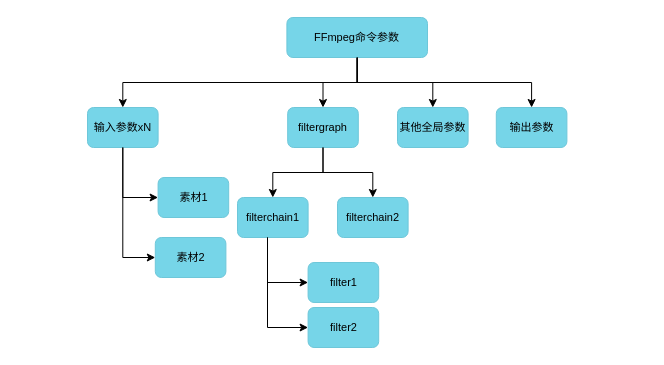
Earlier version of the draw.io diagram step_vue3.drawio (lqt0223/diagrams). Source tidied: cells renumbered, new cells numbered last; positions are measured from the earlier drawing's top-left corner, leaving out a move shared by most shapes. Both pictures are drawn from the tidied source at 100%, with x=0, y=0 at pixel (17, 17).
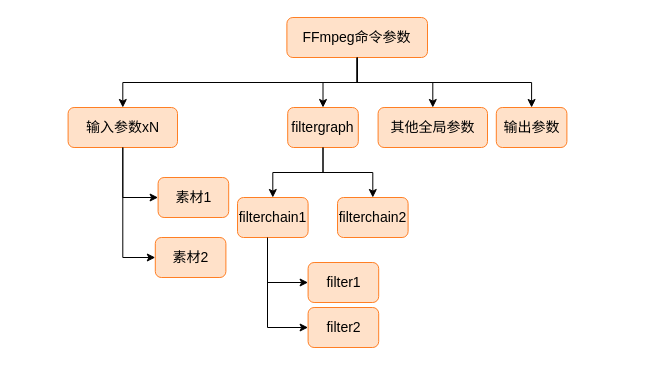
The same page after the edit.

What changed in the source:
```diff
@@
-    <mxCell id="2" style="group;fontSize=11;" parent="1" vertex="1">
-      <mxGeometry width="630" height="310" as="geometry" />
-    </mxCell>
+    <mxCell id="22" value="filter2" style="whiteSpace=wrap;html=1;strokeWidth=1;rounded=1;fillColor=#FFE1C9;fontSize=14;strokeColor=#FF7F24;" parent="1" vertex="1">
+      <mxGeometry x="290.6" y="290" width="70.6" height="40" as="geometry" />
+    </mxCell>
+    <mxCell id="23" style="edgeStyle=elbowEdgeStyle;elbow=vertical;html=1;rounded=0;curved=0;sourcePerimeterSpacing=0;targetPerimeterSpacing=0;startSize=6;endSize=6;strokeWidth=1;fontSize=14;" parent="1" edge="1" source="13" target="22">
+      <mxGeometry relative="1" as="geometry">
+        <Array as="points">
+          <mxPoint x="250" y="310" />
+        </Array>
+      </mxGeometry>
+    </mxCell>
-    <mxCell id="3" style="edgeStyle=orthogonalEdgeStyle;rounded=0;jettySize=auto;html=1;exitX=0.5;exitY=1;exitDx=0;exitDy=0;entryX=0.5;entryY=0;entryDx=0;entryDy=0;" parent="2" edge="1" source="4" target="7">
+    <mxCell id="3" style="edgeStyle=orthogonalEdgeStyle;rounded=0;jettySize=auto;html=1;exitX=0.5;exitY=1;exitDx=0;exitDy=0;entryX=0.5;entryY=0;entryDx=0;entryDy=0;fontSize=14;" parent="1" edge="1" source="4" target="7">
       <mxGeometry relative="1" as="geometry" />
     </mxCell>
-    <mxCell id="4" value="FFmpeg命令参数" style="whiteSpace=wrap;html=1;strokeWidth=1;rounded=1;fillColor=#76d5e8;fontSize=11;strokeColor=#6EC7D9;" parent="2" vertex="1">
+    <mxCell id="4" value="FFmpeg命令参数" style="whiteSpace=wrap;html=1;strokeWidth=1;rounded=1;fillColor=#FFE1C9;fontSize=14;strokeColor=#FF7F24;" parent="1" vertex="1">
       <mxGeometry x="269.4" width="140.6" height="40" as="geometry" />
     </mxCell>
-    <mxCell id="5" value="输入参数xN" style="whiteSpace=wrap;html=1;strokeWidth=1;rounded=1;fillColor=#76d5e8;fontSize=11;strokeColor=#6EC7D9;" parent="2" vertex="1">
-      <mxGeometry x="70" y="90" width="70.6" height="40" as="geometry" />
+    <mxCell id="5" value="输入参数xN" style="whiteSpace=wrap;html=1;strokeWidth=1;rounded=1;fillColor=#FFE1C9;fontSize=14;strokeColor=#FF7F24;" parent="1" vertex="1">
+      <mxGeometry x="50.6" y="90" width="109.4" height="40" as="geometry" />
     </mxCell>
-    <mxCell id="6" style="edgeStyle=elbowEdgeStyle;elbow=vertical;html=1;rounded=0;curved=0;sourcePerimeterSpacing=0;targetPerimeterSpacing=0;startSize=6;endSize=6;strokeWidth=1;fontSize=11;" parent="2" edge="1" source="4" target="5">
+    <mxCell id="6" style="edgeStyle=elbowEdgeStyle;elbow=vertical;html=1;rounded=0;curved=0;sourcePerimeterSpacing=0;targetPerimeterSpacing=0;startSize=6;endSize=6;strokeWidth=1;fontSize=14;" parent="1" edge="1" source="4" target="5">
       <mxGeometry relative="1" as="geometry" />
     </mxCell>
-    <mxCell id="7" value="filtergraph" style="whiteSpace=wrap;html=1;strokeWidth=1;rounded=1;fillColor=#76d5e8;fontSize=11;strokeColor=#6EC7D9;" parent="2" vertex="1">
+    <mxCell id="7" value="filtergraph" style="whiteSpace=wrap;html=1;strokeWidth=1;rounded=1;fillColor=#FFE1C9;fontSize=14;strokeColor=#FF7F24;" parent="1" vertex="1">
       <mxGeometry x="270.2" y="90" width="70.6" height="40" as="geometry" />
     </mxCell>
-    <mxCell id="8" style="edgeStyle=orthogonalEdgeStyle;rounded=0;jettySize=auto;html=1;strokeWidth=1;exitX=0.5;exitY=1;exitDx=0;exitDy=0;fontSize=11;" parent="2" edge="1" source="4" target="9">
+    <mxCell id="8" style="edgeStyle=orthogonalEdgeStyle;rounded=0;jettySize=auto;html=1;strokeWidth=1;exitX=0.5;exitY=1;exitDx=0;exitDy=0;fontSize=14;" parent="1" edge="1" source="4" target="9">
       <mxGeometry relative="1" as="geometry" />
     </mxCell>
-    <mxCell id="9" value="其他全局参数" style="whiteSpace=wrap;html=1;strokeWidth=1;rounded=1;fillColor=#76d5e8;fontSize=11;strokeColor=#6EC7D9;" parent="2" vertex="1">
-      <mxGeometry x="380" y="90" width="70.6" height="40" as="geometry" />
+    <mxCell id="9" value="其他全局参数" style="whiteSpace=wrap;html=1;strokeWidth=1;rounded=1;fillColor=#FFE1C9;fontSize=14;strokeColor=#FF7F24;" parent="1" vertex="1">
+      <mxGeometry x="360.6" y="90" width="109.4" height="40" as="geometry" />
     </mxCell>
-    <mxCell id="10" style="edgeStyle=orthogonalEdgeStyle;rounded=0;jettySize=auto;html=1;exitX=0.5;exitY=1;exitDx=0;exitDy=0;strokeWidth=1;fontSize=11;" parent="2" edge="1" source="4" target="11">
+    <mxCell id="10" style="edgeStyle=orthogonalEdgeStyle;rounded=0;jettySize=auto;html=1;exitX=0.5;exitY=1;exitDx=0;exitDy=0;strokeWidth=1;fontSize=14;" parent="1" edge="1" source="4" target="11">
       <mxGeometry relative="1" as="geometry" />
     </mxCell>
-    <mxCell id="11" value="输出参数" style="whiteSpace=wrap;html=1;strokeWidth=1;rounded=1;fillColor=#76d5e8;fontSize=11;strokeColor=#6EC7D9;" parent="2" vertex="1">
+    <mxCell id="11" value="输出参数" style="whiteSpace=wrap;html=1;strokeWidth=1;rounded=1;fillColor=#FFE1C9;fontSize=14;strokeColor=#FF7F24;" parent="1" vertex="1">
       <mxGeometry x="478.8" y="90" width="70.6" height="40" as="geometry" />
     </mxCell>
-    <mxCell id="12" style="edgeStyle=elbowEdgeStyle;elbow=vertical;html=1;rounded=0;curved=0;sourcePerimeterSpacing=0;targetPerimeterSpacing=0;startSize=6;endSize=6;strokeWidth=1;fontSize=11;" parent="2" edge="1" source="7" target="13">
+    <mxCell id="12" style="edgeStyle=elbowEdgeStyle;elbow=vertical;html=1;rounded=0;curved=0;sourcePerimeterSpacing=0;targetPerimeterSpacing=0;startSize=6;endSize=6;strokeWidth=1;fontSize=14;" parent="1" edge="1" source="7" target="13">
       <mxGeometry relative="1" as="geometry" />
     </mxCell>
-    <mxCell id="13" value="filterchain1" style="whiteSpace=wrap;html=1;strokeWidth=1;rounded=1;fillColor=#76d5e8;fontSize=11;strokeColor=#6EC7D9;" parent="2" vertex="1">
+    <mxCell id="13" value="filterchain1" style="whiteSpace=wrap;html=1;strokeWidth=1;rounded=1;fillColor=#FFE1C9;fontSize=14;strokeColor=#FF7F24;" parent="1" vertex="1">
       <mxGeometry x="220" y="180" width="70.6" height="40" as="geometry" />
     </mxCell>
-    <mxCell id="14" style="edgeStyle=elbowEdgeStyle;elbow=vertical;html=1;rounded=0;curved=0;sourcePerimeterSpacing=0;targetPerimeterSpacing=0;startSize=6;endSize=6;strokeWidth=1;fontSize=11;" parent="2" edge="1" source="7" target="15">
+    <mxCell id="14" style="edgeStyle=elbowEdgeStyle;elbow=vertical;html=1;rounded=0;curved=0;sourcePerimeterSpacing=0;targetPerimeterSpacing=0;startSize=6;endSize=6;strokeWidth=1;fontSize=14;" parent="1" edge="1" source="7" target="15">
       <mxGeometry relative="1" as="geometry" />
     </mxCell>
-    <mxCell id="15" value="filterchain2" style="whiteSpace=wrap;html=1;strokeWidth=1;rounded=1;fillColor=#76d5e8;fontSize=11;strokeColor=#6EC7D9;" parent="2" vertex="1">
+    <mxCell id="15" value="filterchain2" style="whiteSpace=wrap;html=1;strokeWidth=1;rounded=1;fillColor=#FFE1C9;fontSize=14;strokeColor=#FF7F24;" parent="1" vertex="1">
       <mxGeometry x="320" y="180" width="70.6" height="40" as="geometry" />
     </mxCell>
-    <mxCell id="16" style="edgeStyle=elbowEdgeStyle;elbow=vertical;html=1;rounded=0;curved=0;sourcePerimeterSpacing=0;targetPerimeterSpacing=0;startSize=6;endSize=6;strokeWidth=1;fontSize=11;" parent="2" edge="1" source="13" target="17">
+    <mxCell id="16" style="edgeStyle=elbowEdgeStyle;elbow=vertical;html=1;rounded=0;curved=0;sourcePerimeterSpacing=0;targetPerimeterSpacing=0;startSize=6;endSize=6;strokeWidth=1;fontSize=14;" parent="1" edge="1" source="13" target="17">
       <mxGeometry relative="1" as="geometry">
         <Array as="points">
           <mxPoint x="250" y="265" />
         </Array>
       </mxGeometry>
     </mxCell>
-    <mxCell id="17" value="filter1" style="whiteSpace=wrap;html=1;strokeWidth=1;rounded=1;fillColor=#76d5e8;fontSize=11;strokeColor=#6EC7D9;" parent="2" vertex="1">
+    <mxCell id="17" value="filter1" style="whiteSpace=wrap;html=1;strokeWidth=1;rounded=1;fillColor=#FFE1C9;fontSize=14;strokeColor=#FF7F24;" parent="1" vertex="1">
       <mxGeometry x="290.6" y="245" width="70.6" height="40" as="geometry" />
     </mxCell>
-    <mxCell id="18" style="edgeStyle=elbowEdgeStyle;elbow=vertical;html=1;rounded=0;curved=0;sourcePerimeterSpacing=0;targetPerimeterSpacing=0;startSize=6;endSize=6;strokeWidth=1;fontSize=11;exitX=0.5;exitY=1;exitDx=0;exitDy=0;" parent="2" edge="1" source="5" target="19">
+    <mxCell id="18" style="edgeStyle=elbowEdgeStyle;elbow=vertical;html=1;rounded=0;curved=0;sourcePerimeterSpacing=0;targetPerimeterSpacing=0;startSize=6;endSize=6;strokeWidth=1;fontSize=14;exitX=0.5;exitY=1;exitDx=0;exitDy=0;" parent="1" edge="1" source="5" target="19">
       <mxGeometry relative="1" as="geometry">
         <Array as="points">
           <mxPoint x="85" y="180" />
         </Array>
       </mxGeometry>
     </mxCell>
-    <mxCell id="19" value="素材1" style="whiteSpace=wrap;html=1;strokeWidth=1;rounded=1;fillColor=#76d5e8;fontSize=11;strokeColor=#6EC7D9;" parent="2" vertex="1">
+    <mxCell id="19" value="素材1" style="whiteSpace=wrap;html=1;strokeWidth=1;rounded=1;fillColor=#FFE1C9;fontSize=14;strokeColor=#FF7F24;" parent="1" vertex="1">
       <mxGeometry x="140.6" y="160" width="70.6" height="40" as="geometry" />
     </mxCell>
-    <mxCell id="20" style="edgeStyle=elbowEdgeStyle;elbow=vertical;html=1;rounded=0;curved=0;sourcePerimeterSpacing=0;targetPerimeterSpacing=0;startSize=6;endSize=6;strokeWidth=1;fontSize=11;exitX=0.5;exitY=1;exitDx=0;exitDy=0;" parent="2" edge="1" source="5" target="21">
+    <mxCell id="20" style="edgeStyle=elbowEdgeStyle;elbow=vertical;html=1;rounded=0;curved=0;sourcePerimeterSpacing=0;targetPerimeterSpacing=0;startSize=6;endSize=6;strokeWidth=1;fontSize=14;exitX=0.5;exitY=1;exitDx=0;exitDy=0;" parent="1" edge="1" source="5" target="21">
       <mxGeometry relative="1" as="geometry">
         <Array as="points">
           <mxPoint x="85" y="240" />
         </Array>
       </mxGeometry>
     </mxCell>
-    <mxCell id="21" value="素材2" style="whiteSpace=wrap;html=1;strokeWidth=1;rounded=1;fillColor=#76d5e8;fontSize=11;strokeColor=#6EC7D9;" parent="2" vertex="1">
+    <mxCell id="21" value="素材2" style="whiteSpace=wrap;html=1;strokeWidth=1;rounded=1;fillColor=#FFE1C9;fontSize=14;strokeColor=#FF7F24;" parent="1" vertex="1">
       <mxGeometry x="137.8" y="220" width="70.6" height="40" as="geometry" />
     </mxCell>
-    <mxCell id="22" value="filter2" style="whiteSpace=wrap;html=1;strokeWidth=1;rounded=1;fillColor=#76d5e8;fontSize=11;strokeColor=#6EC7D9;" parent="1" vertex="1">
-      <mxGeometry x="290.6" y="290" width="70.6" height="40" as="geometry" />
-    </mxCell>
-    <mxCell id="23" style="edgeStyle=elbowEdgeStyle;elbow=vertical;html=1;rounded=0;curved=0;sourcePerimeterSpacing=0;targetPerimeterSpacing=0;startSize=6;endSize=6;strokeWidth=1;fontSize=11;" parent="1" edge="1" source="13" target="22">
-      <mxGeometry relative="1" as="geometry">
-        <Array as="points">
-          <mxPoint x="250" y="310" />
-        </Array>
-      </mxGeometry>
-    </mxCell>
```
